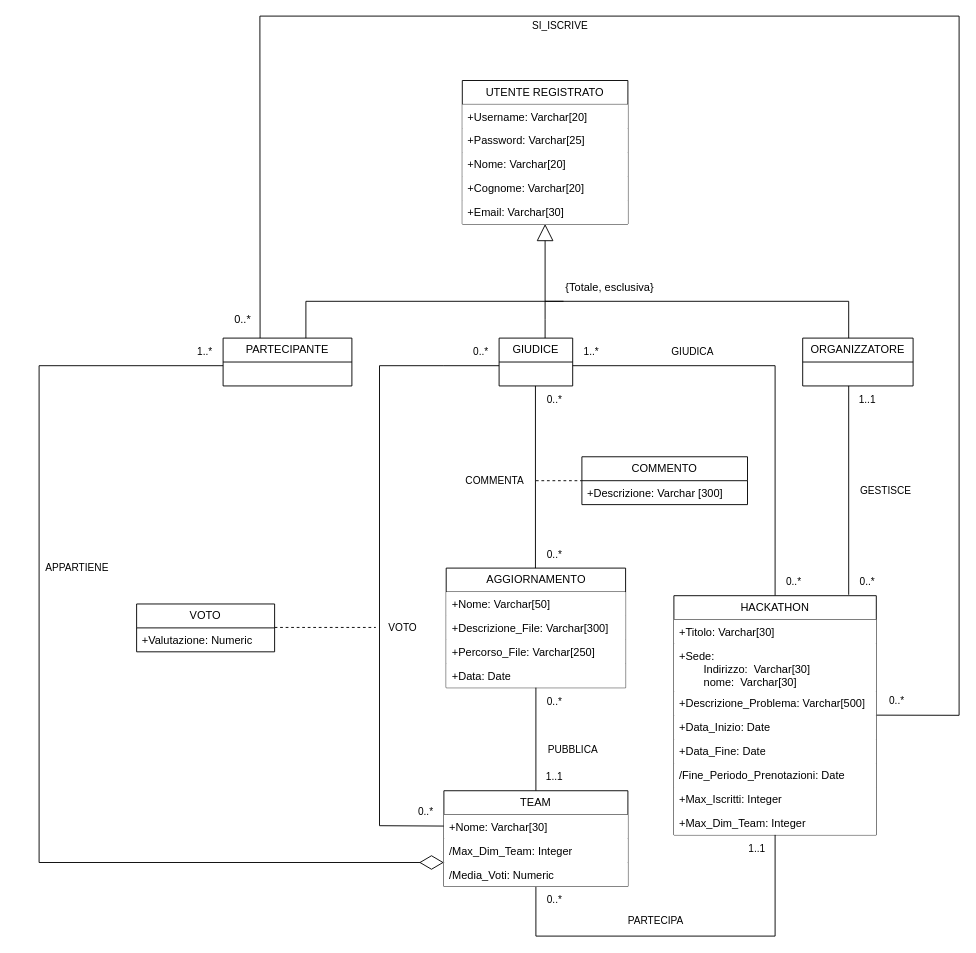
This is Diagramma UML Hackathon.drawio from galetizia/Progetto-DB, a draw.io file, before an edit. Source tidied: cells renumbered, new cells numbered last; positions are measured from the earlier drawing's top-left corner, leaving out a move shared by most shapes. Both pictures are drawn from the tidied source at 92%, with x=0, y=0 at pixel (39, 16).
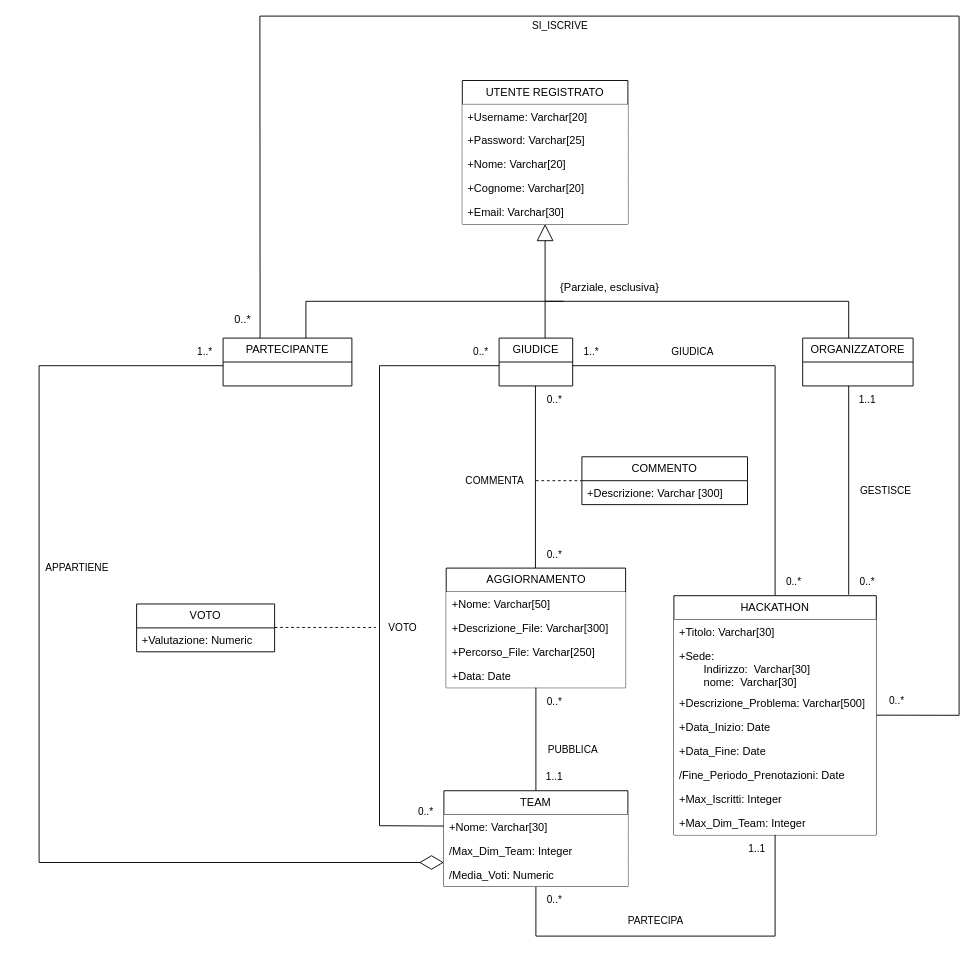
The same page after the edit.

Commit message (it also covers changes not shown here):
Aggiornata documentazione e sistemati diagrammi ulteriormente, quello ristrutturato è stato solo ristretto un pò poiché era troppo largo

What changed in the source:
```diff
@@
-    <mxCell id="60" value="{Totale, esclusiva}" style="text;html=1;align=center;verticalAlign=middle;strokeColor=none;fillColor=none;" parent="1" vertex="1">
-      <mxGeometry x="560" y="280" width="120" height="30" as="geometry" />
+    <mxCell id="60" value="{Parziale, esclusiva}" style="text;html=1;align=center;verticalAlign=middle;strokeColor=none;fillColor=none;" parent="1" vertex="1">
+      <mxGeometry x="555" y="280" width="130" height="30" as="geometry" />
     </mxCell>
```
